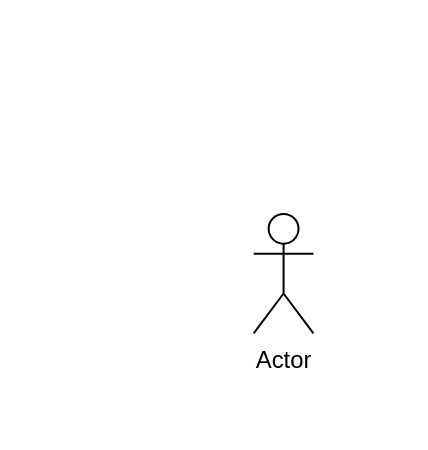
Before: Untitled Diagram.drawio in adhamfayrouzamf/drawio, a draw.io diagram. Source tidied: cells renumbered, new cells numbered last; positions are measured from the earlier drawing's top-left corner, leaving out a move shared by most shapes. Both pictures are drawn from the tidied source at 199%, with x=0, y=0 at pixel (253, 213).
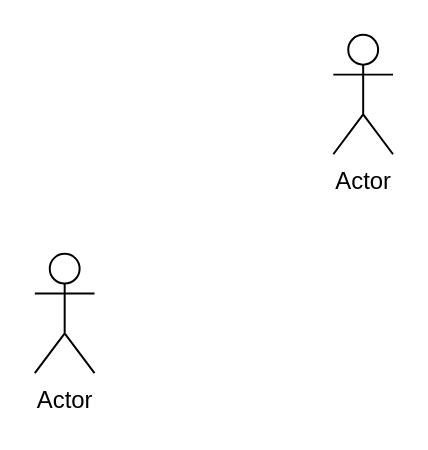
The same diagram, later.

Diff of the diagram source:
```diff
@@
 <mxGraphModel>
   <root>
     <mxCell id="0" />
     <mxCell id="1" parent="0" />
-    <mxCell id="2" value="Actor" style="shape=umlActor;verticalLabelPosition=bottom;verticalAlign=top;html=1;" parent="1" vertex="1">
-      <mxGeometry width="30" height="60" as="geometry" />
-    </mxCell>
+    <mxCell id="3" value="Actor" style="shape=umlActor;verticalLabelPosition=bottom;verticalAlign=top;html=1;" parent="1" vertex="1">
+      <mxGeometry x="40" y="-90" width="30" height="60" as="geometry" />
+    </mxCell>
+    <mxCell id="4" value="Actor" style="shape=umlActor;verticalLabelPosition=bottom;verticalAlign=top;html=1;" parent="1" vertex="1">
+      <mxGeometry x="-110" y="20" width="30" height="60" as="geometry" />
+    </mxCell>
   </root>
 </mxGraphModel>
```
